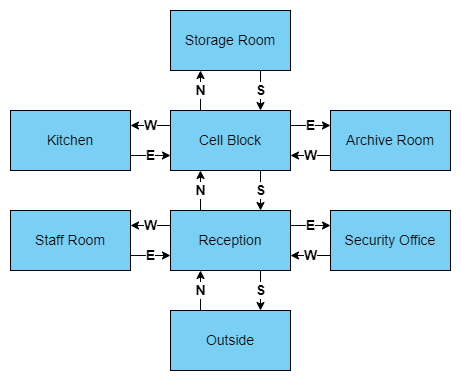
Above: app216-zuul/Locations.png in leighton-burgoyne/CO452-Apps (draw.io), before the change. Source tidied: cells renumbered, new cells last; positions are measured from the earlier drawing's top-left corner, leaving out a move shared by most shapes. Its diagram source:
```xml
<mxGraphModel>
  <root>
    <mxCell id="0" />
    <mxCell id="1" parent="0" />
    <mxCell id="2" value="N" style="edgeStyle=orthogonalEdgeStyle;rounded=0;jettySize=auto;html=1;exitX=0.25;exitY=0;exitDx=0;exitDy=0;entryX=0.25;entryY=1;entryDx=0;entryDy=0;fontSize=14;fontStyle=1;" parent="1" edge="1" source="3" target="8">
      <mxGeometry relative="1" as="geometry" />
    </mxCell>
    <mxCell id="3" value="&lt;font style=&quot;font-size: 14px&quot;&gt;Outside&lt;/font&gt;" style="rounded=0;whiteSpace=wrap;html=1;fillColor=#79cff4;" parent="1" vertex="1">
      <mxGeometry x="160" y="300" width="120" height="60" as="geometry" />
    </mxCell>
    <mxCell id="4" value="W" style="edgeStyle=orthogonalEdgeStyle;rounded=0;jettySize=auto;html=1;exitX=0;exitY=0.25;exitDx=0;exitDy=0;entryX=1;entryY=0.25;entryDx=0;entryDy=0;fontSize=14;fontStyle=1;" parent="1" edge="1" source="8" target="12">
      <mxGeometry relative="1" as="geometry" />
    </mxCell>
    <mxCell id="5" value="E" style="edgeStyle=orthogonalEdgeStyle;rounded=0;jettySize=auto;html=1;exitX=1;exitY=0.25;exitDx=0;exitDy=0;entryX=0;entryY=0.25;entryDx=0;entryDy=0;fontSize=14;fontStyle=1;" parent="1" edge="1" source="8" target="10">
      <mxGeometry relative="1" as="geometry" />
    </mxCell>
    <mxCell id="6" value="N" style="edgeStyle=orthogonalEdgeStyle;rounded=0;jettySize=auto;html=1;exitX=0.25;exitY=0;exitDx=0;exitDy=0;entryX=0.25;entryY=1;entryDx=0;entryDy=0;fontSize=14;fontStyle=1;" parent="1" edge="1" source="8" target="19">
      <mxGeometry relative="1" as="geometry" />
    </mxCell>
    <mxCell id="7" value="S" style="edgeStyle=orthogonalEdgeStyle;rounded=0;jettySize=auto;html=1;exitX=0.75;exitY=1;exitDx=0;exitDy=0;entryX=0.75;entryY=0;entryDx=0;entryDy=0;fontSize=14;fontStyle=1;" parent="1" edge="1" source="8" target="3">
      <mxGeometry relative="1" as="geometry" />
    </mxCell>
    <mxCell id="8" value="&lt;font style=&quot;font-size: 14px&quot;&gt;Reception&lt;/font&gt;" style="rounded=0;whiteSpace=wrap;html=1;fillColor=#79cff4;" parent="1" vertex="1">
      <mxGeometry x="160" y="200" width="120" height="60" as="geometry" />
    </mxCell>
    <mxCell id="9" value="W" style="edgeStyle=orthogonalEdgeStyle;rounded=0;jettySize=auto;html=1;exitX=0;exitY=0.75;exitDx=0;exitDy=0;entryX=1;entryY=0.75;entryDx=0;entryDy=0;fontSize=14;fontStyle=1;" parent="1" edge="1" source="10" target="8">
      <mxGeometry relative="1" as="geometry" />
    </mxCell>
    <mxCell id="10" value="&lt;font style=&quot;font-size: 14px&quot;&gt;Security Office&lt;br&gt;&lt;/font&gt;" style="rounded=0;whiteSpace=wrap;html=1;fillColor=#79cff4;" parent="1" vertex="1">
      <mxGeometry x="320" y="200" width="120" height="60" as="geometry" />
    </mxCell>
    <mxCell id="11" value="E" style="edgeStyle=orthogonalEdgeStyle;rounded=0;jettySize=auto;html=1;exitX=1;exitY=0.75;exitDx=0;exitDy=0;entryX=0;entryY=0.75;entryDx=0;entryDy=0;fontSize=14;fontStyle=1;" parent="1" edge="1" source="12" target="8">
      <mxGeometry relative="1" as="geometry" />
    </mxCell>
    <mxCell id="12" value="&lt;font style=&quot;font-size: 14px&quot;&gt;Staff Room&lt;br&gt;&lt;/font&gt;" style="rounded=0;whiteSpace=wrap;html=1;fillColor=#79cff4;" parent="1" vertex="1">
      <mxGeometry y="200" width="120" height="60" as="geometry" />
    </mxCell>
    <mxCell id="13" value="E" style="edgeStyle=orthogonalEdgeStyle;rounded=0;jettySize=auto;html=1;exitX=1;exitY=0.75;exitDx=0;exitDy=0;entryX=0;entryY=0.75;entryDx=0;entryDy=0;fontSize=14;fontStyle=1;" parent="1" edge="1" source="14" target="19">
      <mxGeometry relative="1" as="geometry" />
    </mxCell>
    <mxCell id="14" value="&lt;font style=&quot;font-size: 14px&quot;&gt;Kitchen&lt;br&gt;&lt;/font&gt;" style="rounded=0;whiteSpace=wrap;html=1;fillColor=#79cff4;" parent="1" vertex="1">
      <mxGeometry y="100" width="120" height="60" as="geometry" />
    </mxCell>
    <mxCell id="15" value="W" style="edgeStyle=orthogonalEdgeStyle;rounded=0;jettySize=auto;html=1;exitX=0;exitY=0.25;exitDx=0;exitDy=0;entryX=1;entryY=0.25;entryDx=0;entryDy=0;fontSize=14;fontStyle=1;" parent="1" edge="1" source="19" target="14">
      <mxGeometry relative="1" as="geometry" />
    </mxCell>
    <mxCell id="16" value="E" style="edgeStyle=orthogonalEdgeStyle;rounded=0;jettySize=auto;html=1;exitX=1;exitY=0.25;exitDx=0;exitDy=0;entryX=0;entryY=0.25;entryDx=0;entryDy=0;fontSize=14;fontStyle=1;" parent="1" edge="1" source="19" target="21">
      <mxGeometry relative="1" as="geometry" />
    </mxCell>
    <mxCell id="17" value="N" style="edgeStyle=orthogonalEdgeStyle;rounded=0;jettySize=auto;html=1;exitX=0.25;exitY=0;exitDx=0;exitDy=0;entryX=0.25;entryY=1;entryDx=0;entryDy=0;fontSize=14;fontStyle=1;" parent="1" edge="1" source="19" target="23">
      <mxGeometry relative="1" as="geometry" />
    </mxCell>
    <mxCell id="18" value="S" style="edgeStyle=orthogonalEdgeStyle;rounded=0;jettySize=auto;html=1;exitX=0.75;exitY=1;exitDx=0;exitDy=0;entryX=0.75;entryY=0;entryDx=0;entryDy=0;fontSize=14;fontStyle=1;" parent="1" edge="1" source="19" target="8">
      <mxGeometry relative="1" as="geometry" />
    </mxCell>
    <mxCell id="19" value="&lt;font style=&quot;font-size: 14px&quot;&gt;Cell Block&lt;br&gt;&lt;/font&gt;" style="rounded=0;whiteSpace=wrap;html=1;fillColor=#79cff4;" parent="1" vertex="1">
      <mxGeometry x="160" y="100" width="120" height="60" as="geometry" />
    </mxCell>
    <mxCell id="20" value="W" style="edgeStyle=orthogonalEdgeStyle;rounded=0;jettySize=auto;html=1;exitX=0;exitY=0.75;exitDx=0;exitDy=0;entryX=1;entryY=0.75;entryDx=0;entryDy=0;fontSize=14;fontStyle=1;" parent="1" edge="1" source="21" target="19">
      <mxGeometry relative="1" as="geometry" />
    </mxCell>
    <mxCell id="21" value="&lt;font style=&quot;font-size: 14px&quot;&gt;Archive Room&lt;br&gt;&lt;/font&gt;" style="rounded=0;whiteSpace=wrap;html=1;fillColor=#79cff4;" parent="1" vertex="1">
      <mxGeometry x="320" y="100" width="120" height="60" as="geometry" />
    </mxCell>
    <mxCell id="22" value="S" style="edgeStyle=orthogonalEdgeStyle;rounded=0;jettySize=auto;html=1;exitX=0.75;exitY=1;exitDx=0;exitDy=0;entryX=0.75;entryY=0;entryDx=0;entryDy=0;fontSize=14;fontStyle=1;" parent="1" edge="1" source="23" target="19">
      <mxGeometry relative="1" as="geometry" />
    </mxCell>
    <mxCell id="23" value="&lt;font style=&quot;font-size: 14px&quot;&gt;Storage Room&lt;br&gt;&lt;/font&gt;" style="rounded=0;whiteSpace=wrap;html=1;fillColor=#79cff4;" parent="1" vertex="1">
      <mxGeometry x="160" width="120" height="60" as="geometry" />
    </mxCell>
  </root>
</mxGraphModel>
```
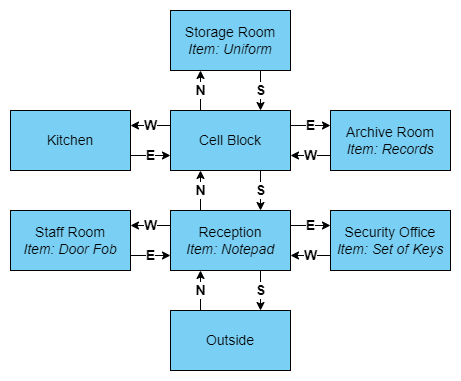
Above is the later version.

Change to the diagram source:
```diff
@@ -20,19 +20,19 @@
     <mxCell id="7" value="S" style="edgeStyle=orthogonalEdgeStyle;rounded=0;jettySize=auto;html=1;exitX=0.75;exitY=1;exitDx=0;exitDy=0;entryX=0.75;entryY=0;entryDx=0;entryDy=0;fontSize=14;fontStyle=1;" parent="1" edge="1" source="8" target="3">
       <mxGeometry relative="1" as="geometry" />
     </mxCell>
-    <mxCell id="8" value="&lt;font style=&quot;font-size: 14px&quot;&gt;Reception&lt;/font&gt;" style="rounded=0;whiteSpace=wrap;html=1;fillColor=#79cff4;" parent="1" vertex="1">
+    <mxCell id="8" value="&lt;font style=&quot;font-size: 14px&quot;&gt;Reception&lt;br&gt;&lt;i&gt;Item: Notepad&lt;/i&gt;&lt;br&gt;&lt;/font&gt;" style="rounded=0;whiteSpace=wrap;html=1;fillColor=#79cff4;" parent="1" vertex="1">
       <mxGeometry x="160" y="200" width="120" height="60" as="geometry" />
     </mxCell>
     <mxCell id="9" value="W" style="edgeStyle=orthogonalEdgeStyle;rounded=0;jettySize=auto;html=1;exitX=0;exitY=0.75;exitDx=0;exitDy=0;entryX=1;entryY=0.75;entryDx=0;entryDy=0;fontSize=14;fontStyle=1;" parent="1" edge="1" source="10" target="8">
       <mxGeometry relative="1" as="geometry" />
     </mxCell>
-    <mxCell id="10" value="&lt;font style=&quot;font-size: 14px&quot;&gt;Security Office&lt;br&gt;&lt;/font&gt;" style="rounded=0;whiteSpace=wrap;html=1;fillColor=#79cff4;" parent="1" vertex="1">
+    <mxCell id="10" value="&lt;font style=&quot;font-size: 14px&quot;&gt;Security Office&lt;br&gt;&lt;i&gt;Item: Set of Keys&lt;/i&gt;&lt;br&gt;&lt;/font&gt;" style="rounded=0;whiteSpace=wrap;html=1;fillColor=#79cff4;" parent="1" vertex="1">
       <mxGeometry x="320" y="200" width="120" height="60" as="geometry" />
     </mxCell>
     <mxCell id="11" value="E" style="edgeStyle=orthogonalEdgeStyle;rounded=0;jettySize=auto;html=1;exitX=1;exitY=0.75;exitDx=0;exitDy=0;entryX=0;entryY=0.75;entryDx=0;entryDy=0;fontSize=14;fontStyle=1;" parent="1" edge="1" source="12" target="8">
       <mxGeometry relative="1" as="geometry" />
     </mxCell>
-    <mxCell id="12" value="&lt;font style=&quot;font-size: 14px&quot;&gt;Staff Room&lt;br&gt;&lt;/font&gt;" style="rounded=0;whiteSpace=wrap;html=1;fillColor=#79cff4;" parent="1" vertex="1">
+    <mxCell id="12" value="&lt;font style=&quot;font-size: 14px&quot;&gt;Staff Room&lt;br&gt;&lt;i&gt;Item: Door Fob&lt;/i&gt;&lt;br&gt;&lt;/font&gt;" style="rounded=0;whiteSpace=wrap;html=1;fillColor=#79cff4;" parent="1" vertex="1">
       <mxGeometry y="200" width="120" height="60" as="geometry" />
     </mxCell>
     <mxCell id="13" value="E" style="edgeStyle=orthogonalEdgeStyle;rounded=0;jettySize=auto;html=1;exitX=1;exitY=0.75;exitDx=0;exitDy=0;entryX=0;entryY=0.75;entryDx=0;entryDy=0;fontSize=14;fontStyle=1;" parent="1" edge="1" source="14" target="19">
@@ -59,13 +59,13 @@
     <mxCell id="20" value="W" style="edgeStyle=orthogonalEdgeStyle;rounded=0;jettySize=auto;html=1;exitX=0;exitY=0.75;exitDx=0;exitDy=0;entryX=1;entryY=0.75;entryDx=0;entryDy=0;fontSize=14;fontStyle=1;" parent="1" edge="1" source="21" target="19">
       <mxGeometry relative="1" as="geometry" />
     </mxCell>
-    <mxCell id="21" value="&lt;font style=&quot;font-size: 14px&quot;&gt;Archive Room&lt;br&gt;&lt;/font&gt;" style="rounded=0;whiteSpace=wrap;html=1;fillColor=#79cff4;" parent="1" vertex="1">
+    <mxCell id="21" value="&lt;font style=&quot;font-size: 14px&quot;&gt;Archive Room&lt;br&gt;&lt;i&gt;Item: Records&lt;/i&gt;&lt;br&gt;&lt;/font&gt;" style="rounded=0;whiteSpace=wrap;html=1;fillColor=#79cff4;" parent="1" vertex="1">
       <mxGeometry x="320" y="100" width="120" height="60" as="geometry" />
     </mxCell>
     <mxCell id="22" value="S" style="edgeStyle=orthogonalEdgeStyle;rounded=0;jettySize=auto;html=1;exitX=0.75;exitY=1;exitDx=0;exitDy=0;entryX=0.75;entryY=0;entryDx=0;entryDy=0;fontSize=14;fontStyle=1;" parent="1" edge="1" source="23" target="19">
       <mxGeometry relative="1" as="geometry" />
     </mxCell>
-    <mxCell id="23" value="&lt;font style=&quot;font-size: 14px&quot;&gt;Storage Room&lt;br&gt;&lt;/font&gt;" style="rounded=0;whiteSpace=wrap;html=1;fillColor=#79cff4;" parent="1" vertex="1">
+    <mxCell id="23" value="&lt;font style=&quot;font-size: 14px&quot;&gt;Storage Room&lt;br&gt;&lt;i&gt;Item: Uniform&lt;/i&gt;&lt;br&gt;&lt;/font&gt;" style="rounded=0;whiteSpace=wrap;html=1;fillColor=#79cff4;" parent="1" vertex="1">
       <mxGeometry x="160" width="120" height="60" as="geometry" />
     </mxCell>
   </root>
```
